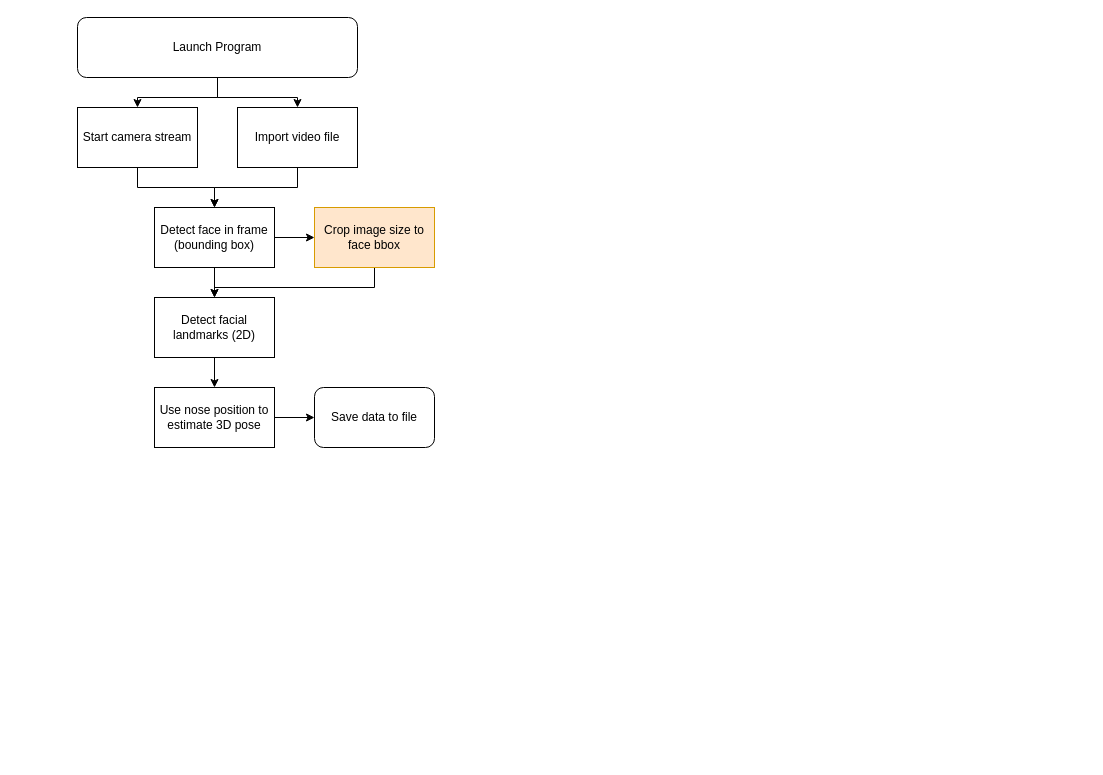
Above: docs/programflow.drawio in KimGoddardJr/CAVE_FacialMocap (draw.io), before the change. Source tidied: cells renumbered, new cells numbered last; positions are measured from the earlier drawing's top-left corner, leaving out a move shared by most shapes. Both pictures are drawn from the tidied source at 100%, with x=0, y=0 at pixel (77, 17). Pictures stored in the file or linked from it are replaced by grey dashed boxes.
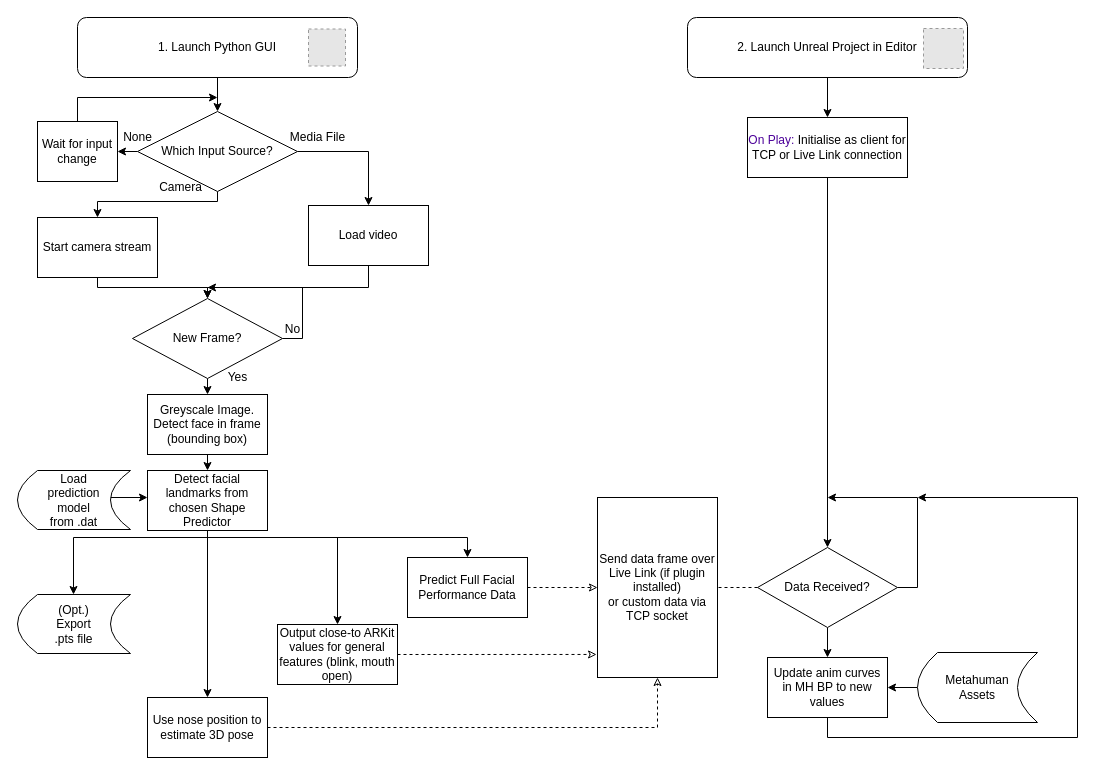
The same page after the edit.

Change to the diagram source:
```diff
@@
-    <mxCell id="2" style="edgeStyle=orthogonalEdgeStyle;rounded=0;jettySize=auto;html=1;exitX=0.5;exitY=1;exitDx=0;exitDy=0;" parent="1" edge="1" source="4" target="6">
-      <mxGeometry relative="1" as="geometry" />
-    </mxCell>
-    <mxCell id="3" style="edgeStyle=orthogonalEdgeStyle;rounded=0;jettySize=auto;html=1;exitX=0.5;exitY=1;exitDx=0;exitDy=0;" parent="1" edge="1" source="4" target="18">
-      <mxGeometry relative="1" as="geometry">
-        <Array as="points">
-          <mxPoint x="140" y="80" />
-          <mxPoint x="220" y="80" />
-        </Array>
-      </mxGeometry>
-    </mxCell>
+    <mxCell id="19" style="edgeStyle=orthogonalEdgeStyle;rounded=0;jettySize=auto;html=1;exitX=0.5;exitY=1;exitDx=0;exitDy=0;entryX=0.5;entryY=0;entryDx=0;entryDy=0;" parent="1" edge="1" source="4" target="40">
+      <mxGeometry relative="1" as="geometry" />
+    </mxCell>
-    <mxCell id="4" value="Launch Program" style="rounded=1;whiteSpace=wrap;html=1;" parent="1" vertex="1">
+    <mxCell id="4" value="1. Launch Python GUI" style="rounded=1;whiteSpace=wrap;html=1;" parent="1" vertex="1">
       <mxGeometry width="280" height="60" as="geometry" />
     </mxCell>
-    <mxCell id="5" style="edgeStyle=orthogonalEdgeStyle;rounded=0;jettySize=auto;html=1;exitX=0.5;exitY=1;exitDx=0;exitDy=0;entryX=0.5;entryY=0;entryDx=0;entryDy=0;" parent="1" edge="1" source="6" target="9">
-      <mxGeometry relative="1" as="geometry" />
-    </mxCell>
+    <mxCell id="20" style="edgeStyle=orthogonalEdgeStyle;rounded=0;jettySize=auto;html=1;exitX=0.5;exitY=1;exitDx=0;exitDy=0;entryX=0.5;entryY=0;entryDx=0;entryDy=0;" parent="1" edge="1" source="6" target="47">
+      <mxGeometry relative="1" as="geometry">
+        <Array as="points">
+          <mxPoint x="20" y="270" />
+          <mxPoint x="130" y="270" />
+        </Array>
+      </mxGeometry>
+    </mxCell>
     <mxCell id="6" value="Start camera stream" style="rounded=0;whiteSpace=wrap;html=1;" parent="1" vertex="1">
-      <mxGeometry y="90" width="120" height="60" as="geometry" />
+      <mxGeometry x="-40" y="200" width="120" height="60" as="geometry" />
     </mxCell>
@@
-    <mxCell id="8" style="edgeStyle=orthogonalEdgeStyle;rounded=0;jettySize=auto;html=1;exitX=1;exitY=0.5;exitDx=0;exitDy=0;" parent="1" edge="1" source="9" target="16">
-      <mxGeometry relative="1" as="geometry" />
-    </mxCell>
-    <mxCell id="9" value="Detect face in frame (bounding box)" style="rounded=0;whiteSpace=wrap;html=1;" parent="1" vertex="1">
-      <mxGeometry x="77" y="190" width="120" height="60" as="geometry" />
+    <mxCell id="9" value="Greyscale Image.&lt;br&gt;Detect face in frame (bounding box)" style="rounded=0;whiteSpace=wrap;html=1;" parent="1" vertex="1">
+      <mxGeometry x="70" y="377" width="120" height="60" as="geometry" />
     </mxCell>
     <mxCell id="10" style="edgeStyle=orthogonalEdgeStyle;rounded=0;jettySize=auto;html=1;exitX=0.5;exitY=1;exitDx=0;exitDy=0;entryX=0.5;entryY=0;entryDx=0;entryDy=0;" parent="1" edge="1" source="11" target="13">
-      <mxGeometry relative="1" as="geometry" />
+      <mxGeometry relative="1" as="geometry">
+        <Array as="points">
+          <mxPoint x="130" y="675" />
+        </Array>
+      </mxGeometry>
     </mxCell>
+    <mxCell id="21" style="edgeStyle=orthogonalEdgeStyle;rounded=0;jettySize=auto;html=1;exitX=0.5;exitY=1;exitDx=0;exitDy=0;" parent="1" edge="1" source="11" target="34">
+      <mxGeometry relative="1" as="geometry">
+        <Array as="points">
+          <mxPoint x="130" y="520" />
+          <mxPoint x="-4" y="520" />
+        </Array>
+      </mxGeometry>
+    </mxCell>
+    <mxCell id="22" style="edgeStyle=orthogonalEdgeStyle;rounded=0;jettySize=auto;html=1;exitX=0.5;exitY=1;exitDx=0;exitDy=0;" parent="1" edge="1" source="11" target="36">
+      <mxGeometry relative="1" as="geometry">
+        <Array as="points">
+          <mxPoint x="130" y="520" />
+          <mxPoint x="260" y="520" />
+        </Array>
+      </mxGeometry>
+    </mxCell>
+    <mxCell id="23" style="edgeStyle=orthogonalEdgeStyle;rounded=0;jettySize=auto;html=1;exitX=0.5;exitY=1;exitDx=0;exitDy=0;entryX=0.5;entryY=0;entryDx=0;entryDy=0;" parent="1" edge="1" source="11" target="44">
+      <mxGeometry relative="1" as="geometry">
+        <Array as="points">
+          <mxPoint x="130" y="520" />
+          <mxPoint x="390" y="520" />
+        </Array>
+      </mxGeometry>
+    </mxCell>
-    <mxCell id="11" value="Detect facial landmarks (2D)" style="rounded=0;whiteSpace=wrap;html=1;" parent="1" vertex="1">
-      <mxGeometry x="77" y="280" width="120" height="60" as="geometry" />
+    <mxCell id="11" value="Detect facial landmarks from chosen Shape Predictor" style="rounded=0;whiteSpace=wrap;html=1;" parent="1" vertex="1">
+      <mxGeometry x="70" y="453" width="120" height="60" as="geometry" />
     </mxCell>
-    <mxCell id="12" style="edgeStyle=orthogonalEdgeStyle;rounded=0;jettySize=auto;html=1;exitX=1;exitY=0.5;exitDx=0;exitDy=0;" parent="1" edge="1" source="13" target="14">
-      <mxGeometry relative="1" as="geometry" />
-    </mxCell>
+    <mxCell id="24" style="edgeStyle=orthogonalEdgeStyle;rounded=0;jettySize=auto;html=1;exitX=1;exitY=0.5;exitDx=0;exitDy=0;entryX=0.5;entryY=1;entryDx=0;entryDy=0;endArrow=classic;endFill=0;dashed=1;" parent="1" edge="1" source="13" target="48">
+      <mxGeometry relative="1" as="geometry" />
+    </mxCell>
     <mxCell id="13" value="Use nose position to estimate 3D pose" style="rounded=0;whiteSpace=wrap;html=1;" parent="1" vertex="1">
-      <mxGeometry x="77" y="370" width="120" height="60" as="geometry" />
+      <mxGeometry x="70" y="680" width="120" height="60" as="geometry" />
     </mxCell>
-    <mxCell id="14" value="Save data to file" style="rounded=1;whiteSpace=wrap;html=1;" parent="1" vertex="1">
-      <mxGeometry x="237" y="370" width="120" height="60" as="geometry" />
-    </mxCell>
-    <mxCell id="15" style="edgeStyle=orthogonalEdgeStyle;rounded=0;jettySize=auto;html=1;exitX=0.5;exitY=1;exitDx=0;exitDy=0;entryX=0.5;entryY=0;entryDx=0;entryDy=0;" parent="1" edge="1" source="16" target="11">
-      <mxGeometry relative="1" as="geometry">
-        <Array as="points">
-          <mxPoint x="297" y="270" />
-          <mxPoint x="137" y="270" />
-        </Array>
-      </mxGeometry>
-    </mxCell>
-    <mxCell id="16" value="Crop image size to face bbox" style="rounded=0;whiteSpace=wrap;html=1;fillColor=#ffe6cc;strokeColor=#d79b00;" parent="1" vertex="1">
-      <mxGeometry x="237" y="190" width="120" height="60" as="geometry" />
-    </mxCell>
-    <mxCell id="17" style="edgeStyle=orthogonalEdgeStyle;rounded=0;jettySize=auto;html=1;exitX=0.5;exitY=1;exitDx=0;exitDy=0;" parent="1" edge="1" source="18" target="9">
-      <mxGeometry relative="1" as="geometry" />
-    </mxCell>
+    <mxCell id="25" style="edgeStyle=orthogonalEdgeStyle;rounded=0;jettySize=auto;html=1;exitX=0.5;exitY=1;exitDx=0;exitDy=0;entryX=0.5;entryY=0;entryDx=0;entryDy=0;" parent="1" edge="1" source="18" target="47">
+      <mxGeometry relative="1" as="geometry">
+        <Array as="points">
+          <mxPoint x="291" y="270" />
+          <mxPoint x="130" y="270" />
+        </Array>
+      </mxGeometry>
+    </mxCell>
-    <mxCell id="18" value="Import video file" style="rounded=0;whiteSpace=wrap;html=1;" parent="1" vertex="1">
-      <mxGeometry x="160" y="90" width="120" height="60" as="geometry" />
+    <mxCell id="18" value="Load video" style="rounded=0;whiteSpace=wrap;html=1;" parent="1" vertex="1">
+      <mxGeometry x="231" y="188" width="120" height="60" as="geometry" />
     </mxCell>
+    <mxCell id="26" style="edgeStyle=orthogonalEdgeStyle;rounded=0;jettySize=auto;html=1;exitX=0.5;exitY=1;exitDx=0;exitDy=0;entryX=0.5;entryY=0;entryDx=0;entryDy=0;" parent="1" edge="1" source="27" target="33">
+      <mxGeometry relative="1" as="geometry" />
+    </mxCell>
+    <mxCell id="27" value="2. Launch Unreal Project in Editor" style="rounded=1;whiteSpace=wrap;html=1;" parent="1" vertex="1">
+      <mxGeometry x="610" width="280" height="60" as="geometry" />
+    </mxCell>
+    <mxCell id="28" style="fillColor=#E6E6E6;strokeColor=#999999;dashed=1;verticalLabelPosition=bottom;labelBackgroundColor=#ffffff;verticalAlign=top;" parent="1" vertex="1">
+      <mxGeometry x="231" y="11.5" width="37" height="37" as="geometry" />
+    </mxCell>
+    <mxCell id="29" style="fillColor=#E6E6E6;strokeColor=#999999;dashed=1;verticalLabelPosition=bottom;labelBackgroundColor=#ffffff;verticalAlign=top;" parent="1" vertex="1">
+      <mxGeometry x="846" y="11" width="40" height="40" as="geometry" />
+    </mxCell>
+    <mxCell id="30" style="edgeStyle=orthogonalEdgeStyle;rounded=0;jettySize=auto;html=1;exitX=0;exitY=0.5;exitDx=0;exitDy=0;entryX=1;entryY=0.5;entryDx=0;entryDy=0;endArrow=classic;endFill=1;" parent="1" edge="1" source="31" target="59">
+      <mxGeometry relative="1" as="geometry" />
+    </mxCell>
+    <mxCell id="31" value="Metahuman &lt;br&gt;Assets" style="shape=dataStorage;whiteSpace=wrap;html=1;fixedSize=1;" parent="1" vertex="1">
+      <mxGeometry x="840" y="635" width="120" height="70" as="geometry" />
+    </mxCell>
+    <mxCell id="32" style="edgeStyle=orthogonalEdgeStyle;rounded=0;jettySize=auto;html=1;exitX=0.5;exitY=1;exitDx=0;exitDy=0;entryX=0.5;entryY=0;entryDx=0;entryDy=0;endArrow=classic;endFill=1;" parent="1" edge="1" source="33" target="55">
+      <mxGeometry relative="1" as="geometry" />
+    </mxCell>
+    <mxCell id="33" value="&lt;font color=&quot;#4c0099&quot;&gt;On Play: &lt;/font&gt;Initialise as client for TCP or Live Link connection" style="rounded=0;whiteSpace=wrap;html=1;" parent="1" vertex="1">
+      <mxGeometry x="670" y="100" width="160" height="60" as="geometry" />
+    </mxCell>
+    <mxCell id="34" value="&lt;span&gt;(Opt.) &lt;br&gt;Export &lt;br&gt;.pts file&lt;/span&gt;" style="shape=dataStorage;whiteSpace=wrap;html=1;fixedSize=1;" parent="1" vertex="1">
+      <mxGeometry x="-60" y="577" width="113" height="59" as="geometry" />
+    </mxCell>
+    <mxCell id="35" style="edgeStyle=orthogonalEdgeStyle;rounded=0;jettySize=auto;html=1;exitX=1;exitY=0.5;exitDx=0;exitDy=0;entryX=-0.008;entryY=0.872;entryDx=0;entryDy=0;endArrow=classic;endFill=0;dashed=1;entryPerimeter=0;" parent="1" edge="1" source="36" target="48">
+      <mxGeometry relative="1" as="geometry" />
+    </mxCell>
+    <mxCell id="36" value="Output close-to ARKit values for general features (blink, mouth open)" style="rounded=0;whiteSpace=wrap;html=1;" parent="1" vertex="1">
+      <mxGeometry x="200" y="607" width="120" height="60" as="geometry" />
+    </mxCell>
+    <mxCell id="37" style="edgeStyle=orthogonalEdgeStyle;rounded=0;jettySize=auto;html=1;exitX=0.5;exitY=1;exitDx=0;exitDy=0;entryX=0.5;entryY=0;entryDx=0;entryDy=0;" parent="1" edge="1" source="40" target="6">
+      <mxGeometry relative="1" as="geometry">
+        <Array as="points">
+          <mxPoint x="140" y="184" />
+          <mxPoint x="20" y="184" />
+        </Array>
+      </mxGeometry>
+    </mxCell>
+    <mxCell id="38" style="edgeStyle=orthogonalEdgeStyle;rounded=0;jettySize=auto;html=1;exitX=1;exitY=0.5;exitDx=0;exitDy=0;entryX=0.5;entryY=0;entryDx=0;entryDy=0;" parent="1" edge="1" source="40" target="18">
+      <mxGeometry relative="1" as="geometry" />
+    </mxCell>
+    <mxCell id="39" style="edgeStyle=orthogonalEdgeStyle;rounded=0;jettySize=auto;html=1;exitX=0;exitY=0.5;exitDx=0;exitDy=0;entryX=1;entryY=0.5;entryDx=0;entryDy=0;" parent="1" edge="1" source="40" target="42">
+      <mxGeometry relative="1" as="geometry" />
+    </mxCell>
+    <mxCell id="40" value="Which Input Source?" style="rhombus;whiteSpace=wrap;html=1;" parent="1" vertex="1">
+      <mxGeometry x="60" y="94" width="160" height="80" as="geometry" />
+    </mxCell>
+    <mxCell id="41" style="edgeStyle=orthogonalEdgeStyle;rounded=0;jettySize=auto;html=1;exitX=0.5;exitY=0;exitDx=0;exitDy=0;" parent="1" edge="1" source="42">
+      <mxGeometry relative="1" as="geometry">
+        <mxPoint x="140" y="80" as="targetPoint" />
+        <Array as="points">
+          <mxPoint y="80" />
+        </Array>
+      </mxGeometry>
+    </mxCell>
+    <mxCell id="42" value="Wait for input change" style="rounded=0;whiteSpace=wrap;html=1;" parent="1" vertex="1">
+      <mxGeometry x="-40" y="104" width="80" height="60" as="geometry" />
+    </mxCell>
+    <mxCell id="43" style="edgeStyle=orthogonalEdgeStyle;rounded=0;jettySize=auto;html=1;exitX=1;exitY=0.5;exitDx=0;exitDy=0;entryX=0;entryY=0.5;entryDx=0;entryDy=0;endArrow=classic;endFill=0;dashed=1;" parent="1" edge="1" source="44" target="48">
+      <mxGeometry relative="1" as="geometry" />
+    </mxCell>
+    <mxCell id="44" value="Predict Full Facial Performance Data" style="rounded=0;whiteSpace=wrap;html=1;" parent="1" vertex="1">
+      <mxGeometry x="330" y="540" width="120" height="60" as="geometry" />
+    </mxCell>
+    <mxCell id="45" style="edgeStyle=orthogonalEdgeStyle;rounded=0;jettySize=auto;html=1;exitX=0.5;exitY=1;exitDx=0;exitDy=0;entryX=0.5;entryY=0;entryDx=0;entryDy=0;" parent="1" edge="1" source="47" target="9">
+      <mxGeometry relative="1" as="geometry" />
+    </mxCell>
+    <mxCell id="46" style="edgeStyle=orthogonalEdgeStyle;rounded=0;jettySize=auto;html=1;exitX=1;exitY=0.5;exitDx=0;exitDy=0;endArrow=classic;endFill=1;" parent="1" edge="1" source="47">
+      <mxGeometry relative="1" as="geometry">
+        <mxPoint x="130" y="270" as="targetPoint" />
+        <Array as="points">
+          <mxPoint x="225" y="321" />
+          <mxPoint x="225" y="270" />
+        </Array>
+      </mxGeometry>
+    </mxCell>
+    <mxCell id="47" value="New Frame?" style="rhombus;whiteSpace=wrap;html=1;" parent="1" vertex="1">
+      <mxGeometry x="55" y="281" width="150" height="80" as="geometry" />
+    </mxCell>
+    <mxCell id="48" value="Send data frame over Live Link (if plugin installed)&lt;br&gt;or custom data via TCP socket" style="rounded=0;whiteSpace=wrap;html=1;" parent="1" vertex="1">
+      <mxGeometry x="520" y="480" width="120" height="180" as="geometry" />
+    </mxCell>
+    <mxCell id="49" value="None" style="text;html=1;align=center;verticalAlign=middle;strokeColor=none;fillColor=none;" parent="1" vertex="1">
+      <mxGeometry x="40" y="110" width="40" height="20" as="geometry" />
+    </mxCell>
+    <mxCell id="50" value="Media File" style="text;html=1;align=center;verticalAlign=middle;strokeColor=none;fillColor=none;" parent="1" vertex="1">
+      <mxGeometry x="205" y="110" width="70" height="20" as="geometry" />
+    </mxCell>
+    <mxCell id="51" value="Camera" style="text;html=1;align=center;verticalAlign=middle;strokeColor=none;fillColor=none;" parent="1" vertex="1">
+      <mxGeometry x="73" y="160" width="60" height="20" as="geometry" />
+    </mxCell>
+    <mxCell id="52" style="edgeStyle=orthogonalEdgeStyle;rounded=0;jettySize=auto;html=1;exitX=0;exitY=0.5;exitDx=0;exitDy=0;entryX=1;entryY=0.5;entryDx=0;entryDy=0;endArrow=none;endFill=0;dashed=1;" parent="1" edge="1" source="55" target="48">
+      <mxGeometry relative="1" as="geometry" />
+    </mxCell>
+    <mxCell id="53" style="edgeStyle=orthogonalEdgeStyle;rounded=0;jettySize=auto;html=1;exitX=1;exitY=0.5;exitDx=0;exitDy=0;endArrow=classic;endFill=1;" parent="1" edge="1" source="55">
+      <mxGeometry relative="1" as="geometry">
+        <mxPoint x="750" y="480" as="targetPoint" />
+        <Array as="points">
+          <mxPoint x="840" y="570" />
+          <mxPoint x="840" y="480" />
+        </Array>
+      </mxGeometry>
+    </mxCell>
+    <mxCell id="54" style="edgeStyle=orthogonalEdgeStyle;rounded=0;jettySize=auto;html=1;exitX=0.5;exitY=1;exitDx=0;exitDy=0;entryX=0.5;entryY=0;entryDx=0;entryDy=0;endArrow=classic;endFill=1;" parent="1" edge="1" source="55" target="59">
+      <mxGeometry relative="1" as="geometry" />
+    </mxCell>
+    <mxCell id="55" value="Data Received?" style="rhombus;whiteSpace=wrap;html=1;" parent="1" vertex="1">
+      <mxGeometry x="680" y="530" width="140" height="80" as="geometry" />
+    </mxCell>
+    <mxCell id="56" value="No" style="text;html=1;align=center;verticalAlign=middle;strokeColor=none;fillColor=none;" parent="1" vertex="1">
+      <mxGeometry x="200" y="302" width="30" height="20" as="geometry" />
+    </mxCell>
+    <mxCell id="57" value="Yes" style="text;html=1;align=center;verticalAlign=middle;strokeColor=none;fillColor=none;" parent="1" vertex="1">
+      <mxGeometry x="140" y="350" width="40" height="20" as="geometry" />
+    </mxCell>
+    <mxCell id="58" style="edgeStyle=orthogonalEdgeStyle;rounded=0;jettySize=auto;html=1;exitX=0.5;exitY=1;exitDx=0;exitDy=0;endArrow=classic;endFill=1;" parent="1" edge="1" source="59">
+      <mxGeometry relative="1" as="geometry">
+        <mxPoint x="840" y="480" as="targetPoint" />
+        <Array as="points">
+          <mxPoint x="750" y="720" />
+          <mxPoint x="1000" y="720" />
+          <mxPoint x="1000" y="480" />
+        </Array>
+      </mxGeometry>
+    </mxCell>
+    <mxCell id="59" value="Update anim curves in MH BP to new values" style="rounded=0;whiteSpace=wrap;html=1;" parent="1" vertex="1">
+      <mxGeometry x="690" y="640" width="120" height="60" as="geometry" />
+    </mxCell>
+    <mxCell id="60" style="edgeStyle=orthogonalEdgeStyle;rounded=0;jettySize=auto;html=1;endArrow=classic;endFill=1;" parent="1" edge="1" target="11">
+      <mxGeometry relative="1" as="geometry">
+        <mxPoint x="-20" y="483" as="sourcePoint" />
+        <Array as="points">
+          <mxPoint x="-20" y="480" />
+        </Array>
+      </mxGeometry>
+    </mxCell>
+    <mxCell id="61" value="Load &lt;br&gt;prediction &lt;br&gt;model &lt;br&gt;from .dat" style="shape=dataStorage;whiteSpace=wrap;html=1;fixedSize=1;" parent="1" vertex="1">
+      <mxGeometry x="-60" y="453" width="113" height="59" as="geometry" />
+    </mxCell>
```
